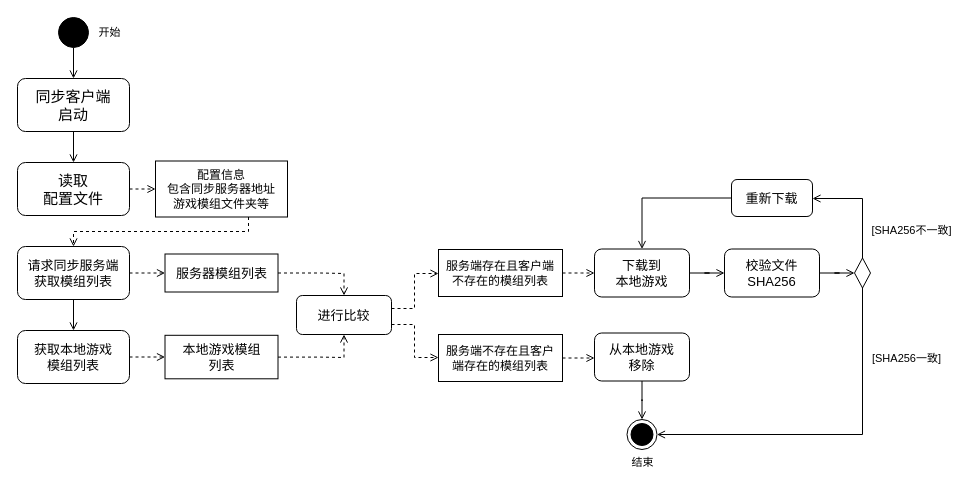
swsk33/mc-server-sync keeps this draw.io diagram as page "同步流程活动图" (1 of 2) of docs/diagram/同步运行活动图.dio. Above is the earlier version. Source tidied: cells renumbered, new cells numbered last; positions are measured from the earlier drawing's top-left corner, leaving out a move shared by most shapes. Both pictures are drawn from the tidied source at 100%, with x=0, y=0 at pixel (17, 17).
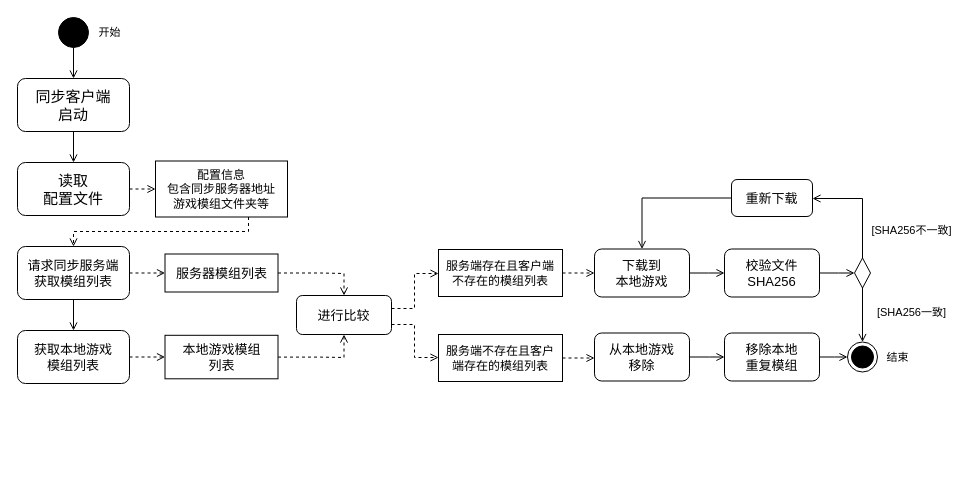
The same diagram, later.

The change refers to these unchanged cells:
```xml
<mxCell id="27" value="下载到&lt;div&gt;本地游戏&lt;/div&gt;" style="rounded=1;whiteSpace=wrap;html=1;fontSize=13;" parent="1" vertex="1">
  <mxGeometry x="577" y="231.5" width="95" height="48" as="geometry" />
</mxCell>
<mxCell id="29" value="&lt;div&gt;从本地游戏&lt;/div&gt;&lt;div&gt;移除&lt;/div&gt;" style="rounded=1;whiteSpace=wrap;html=1;fontSize=13;" parent="1" vertex="1">
  <mxGeometry x="577" y="315.5" width="95" height="48" as="geometry" />
</mxCell>
<mxCell id="35" style="rhombus;fontFamily=Helvetica;fontSize=11;fontColor=default;labelBackgroundColor=default;" parent="1" vertex="1">
  <mxGeometry x="837" y="240.5" width="16" height="30" as="geometry" />
</mxCell>
<mxCell id="37" value="校验文件&lt;div&gt;SHA256&lt;/div&gt;" style="rounded=1;whiteSpace=wrap;html=1;fontSize=13;" parent="1" vertex="1">
  <mxGeometry x="707" y="231.5" width="95" height="48" as="geometry" />
</mxCell>
```

Diff of the diagram source:
```diff
@@
     <mxCell id="26" style="edgeStyle=orthogonalEdgeStyle;shape=connector;rounded=0;jettySize=auto;html=1;strokeColor=default;align=center;verticalAlign=middle;fontFamily=Helvetica;fontSize=11;fontColor=default;labelBackgroundColor=default;endArrow=open;endFill=0;" parent="1" edge="1" source="27" target="37">
-      <mxGeometry relative="1" as="geometry" />
+      <mxGeometry relative="1" as="geometry">
+        <Array as="points">
+          <mxPoint x="691" y="256" />
+          <mxPoint x="691" y="256" />
+        </Array>
+      </mxGeometry>
     </mxCell>
@@
-    <mxCell id="28" style="edgeStyle=orthogonalEdgeStyle;shape=connector;rounded=0;jettySize=auto;html=1;strokeColor=default;align=center;verticalAlign=middle;fontFamily=Helvetica;fontSize=11;fontColor=default;labelBackgroundColor=default;endArrow=open;endFill=0;" parent="1" edge="1" source="29" target="30">
-      <mxGeometry relative="1" as="geometry" />
-    </mxCell>
+    <mxCell id="42" style="edgeStyle=orthogonalEdgeStyle;shape=connector;rounded=0;jettySize=auto;html=1;strokeColor=default;align=center;verticalAlign=middle;fontFamily=Helvetica;fontSize=11;fontColor=default;labelBackgroundColor=default;endArrow=open;endFill=0;" parent="1" edge="1" source="29" target="44">
+      <mxGeometry relative="1" as="geometry">
+        <Array as="points">
+          <mxPoint x="692" y="340" />
+          <mxPoint x="692" y="340" />
+        </Array>
+      </mxGeometry>
+    </mxCell>
@@
     <mxCell id="30" style="ellipse;html=1;shape=endState;fillColor=strokeColor;fontFamily=Helvetica;fontSize=11;fontColor=default;labelBackgroundColor=default;" parent="1" vertex="1">
-      <mxGeometry x="609.5" y="402" width="30" height="30" as="geometry" />
+      <mxGeometry x="830" y="324.5" width="30" height="30" as="geometry" />
     </mxCell>
     <mxCell id="31" value="结束" style="text;html=1;align=center;verticalAlign=middle;strokeColor=none;fillColor=none;fontFamily=Helvetica;fontSize=11;fontColor=default;labelBackgroundColor=default;" parent="1" vertex="1">
-      <mxGeometry x="604.5" y="432" width="40" height="25" as="geometry" />
+      <mxGeometry x="860" y="327" width="40" height="25" as="geometry" />
     </mxCell>
@@
-    <mxCell id="33" style="edgeStyle=orthogonalEdgeStyle;shape=connector;rounded=0;jettySize=auto;html=1;entryX=1;entryY=0.5;entryDx=0;entryDy=0;strokeColor=default;align=center;verticalAlign=middle;fontFamily=Helvetica;fontSize=11;fontColor=default;labelBackgroundColor=default;endArrow=open;endFill=0;" parent="1" edge="1" source="35" target="30">
-      <mxGeometry relative="1" as="geometry">
-        <Array as="points">
-          <mxPoint x="845" y="417" />
-        </Array>
-      </mxGeometry>
+    <mxCell id="33" style="edgeStyle=orthogonalEdgeStyle;shape=connector;rounded=0;jettySize=auto;html=1;entryX=0.5;entryY=0;entryDx=0;entryDy=0;strokeColor=default;align=center;verticalAlign=middle;fontFamily=Helvetica;fontSize=11;fontColor=default;labelBackgroundColor=default;endArrow=open;endFill=0;" parent="1" edge="1" source="35" target="30">
+      <mxGeometry relative="1" as="geometry" />
     </mxCell>
@@
     <mxCell id="36" style="edgeStyle=orthogonalEdgeStyle;shape=connector;rounded=0;jettySize=auto;html=1;strokeColor=default;align=center;verticalAlign=middle;fontFamily=Helvetica;fontSize=11;fontColor=default;labelBackgroundColor=default;endArrow=open;endFill=0;" parent="1" edge="1" source="37" target="35">
-      <mxGeometry relative="1" as="geometry" />
+      <mxGeometry relative="1" as="geometry">
+        <Array as="points">
+          <mxPoint x="821" y="256" />
+          <mxPoint x="821" y="256" />
+        </Array>
+      </mxGeometry>
     </mxCell>
@@
     <mxCell id="38" value="[SHA256一致]" style="text;html=1;align=center;verticalAlign=middle;strokeColor=none;fillColor=none;fontFamily=Helvetica;fontSize=11;fontColor=default;labelBackgroundColor=default;" parent="1" vertex="1">
-      <mxGeometry x="845" y="328" width="87" height="25" as="geometry" />
+      <mxGeometry x="850.5" y="282" width="87" height="25" as="geometry" />
     </mxCell>
@@
+    <mxCell id="43" style="edgeStyle=orthogonalEdgeStyle;shape=connector;rounded=0;jettySize=auto;html=1;entryX=0;entryY=0.5;entryDx=0;entryDy=0;strokeColor=default;align=center;verticalAlign=middle;fontFamily=Helvetica;fontSize=11;fontColor=default;labelBackgroundColor=default;endArrow=open;endFill=0;" parent="1" edge="1" source="44" target="30">
+      <mxGeometry relative="1" as="geometry">
+        <Array as="points">
+          <mxPoint x="817" y="340" />
+          <mxPoint x="817" y="340" />
+        </Array>
+      </mxGeometry>
+    </mxCell>
+    <mxCell id="44" value="&lt;div&gt;&lt;/div&gt;&lt;div&gt;移除本地&lt;/div&gt;&lt;div&gt;重复模组&lt;/div&gt;" style="rounded=1;whiteSpace=wrap;html=1;fontSize=13;" parent="1" vertex="1">
+      <mxGeometry x="707" y="315.5" width="95" height="48" as="geometry" />
+    </mxCell>
```
